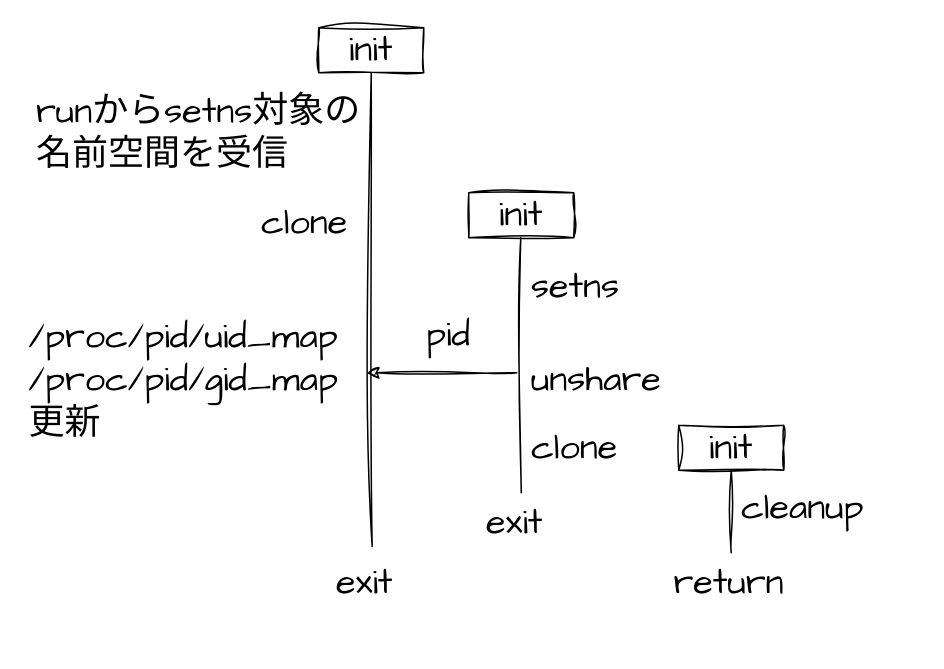
Before: images/nsenter.drawio in ryotaro612/istanbul, a draw.io diagram. Source tidied: cells renumbered, new cells numbered last; positions are measured from the earlier drawing's top-left corner, leaving out a move shared by most shapes. Both pictures are drawn from the tidied source at 150%, with x=0, y=0 at pixel (26, 27).
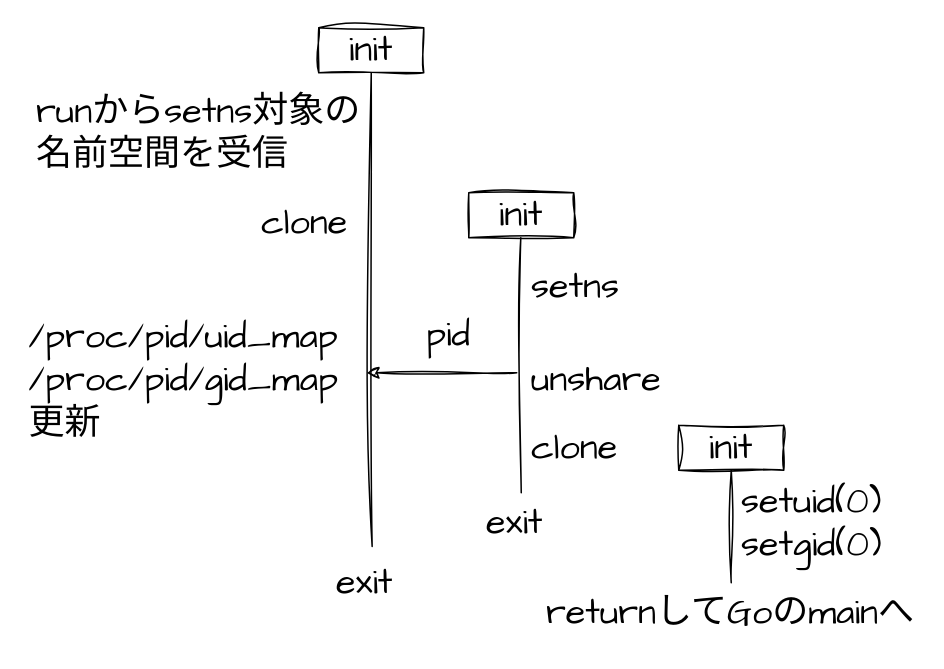
Above is the later version.

Unchanged cells that the change refers to:
```xml
<mxCell id="16" value="&lt;font style=&quot;font-size: 24px;&quot;&gt;init&lt;/font&gt;" style="rounded=0;whiteSpace=wrap;html=1;sketch=1;hachureGap=4;jiggle=2;curveFitting=1;fontFamily=Architects Daughter;fillColor=none;" parent="1" vertex="1">
  <mxGeometry x="435" y="265" width="70" height="30" as="geometry" />
</mxCell>
```

The edit, as a diff of the source:
```diff
@@
-    <mxCell id="12" style="endArrow=none;html=1;rounded=0;sketch=1;hachureGap=4;jiggle=2;curveFitting=1;fontFamily=Architects Daughter;" parent="1" edge="1" target="16">
-      <mxGeometry relative="1" as="geometry">
-        <mxPoint x="470" y="350" as="sourcePoint" />
-      </mxGeometry>
+    <mxCell id="12" style="endArrow=none;html=1;rounded=0;sketch=1;hachureGap=4;jiggle=2;curveFitting=1;fontFamily=Architects Daughter;exitX=0.5;exitY=0;exitDx=0;exitDy=0;" parent="1" edge="1" source="17" target="16">
+      <mxGeometry relative="1" as="geometry" />
     </mxCell>
-    <mxCell id="13" value="&lt;span style=&quot;font-size: 24px;&quot;&gt;cleanup&lt;/span&gt;" style="text;html=1;align=left;verticalAlign=middle;whiteSpace=wrap;rounded=0;fontFamily=Architects Daughter;" parent="1" vertex="1">
-      <mxGeometry x="475" y="300" width="80" height="40" as="geometry" />
+    <mxCell id="13" value="&lt;span style=&quot;font-size: 24px;&quot;&gt;setuid(0) setgid(0)&lt;/span&gt;" style="text;html=1;align=left;verticalAlign=middle;whiteSpace=wrap;rounded=0;fontFamily=Architects Daughter;" parent="1" vertex="1">
+      <mxGeometry x="475" y="300" width="120" height="60" as="geometry" />
     </mxCell>
@@
-    <mxCell id="17" value="&lt;span style=&quot;font-size: 24px;&quot;&gt;return&lt;/span&gt;" style="text;html=1;align=left;verticalAlign=middle;whiteSpace=wrap;rounded=0;fontFamily=Architects Daughter;" parent="1" vertex="1">
-      <mxGeometry x="430" y="350" width="80" height="40" as="geometry" />
+    <mxCell id="17" value="&lt;span style=&quot;font-size: 24px;&quot;&gt;returnしてGoのmainへ&lt;/span&gt;" style="text;html=1;align=left;verticalAlign=middle;whiteSpace=wrap;rounded=0;fontFamily=Architects Daughter;" parent="1" vertex="1">
+      <mxGeometry x="345" y="370" width="250" height="40" as="geometry" />
     </mxCell>
```
